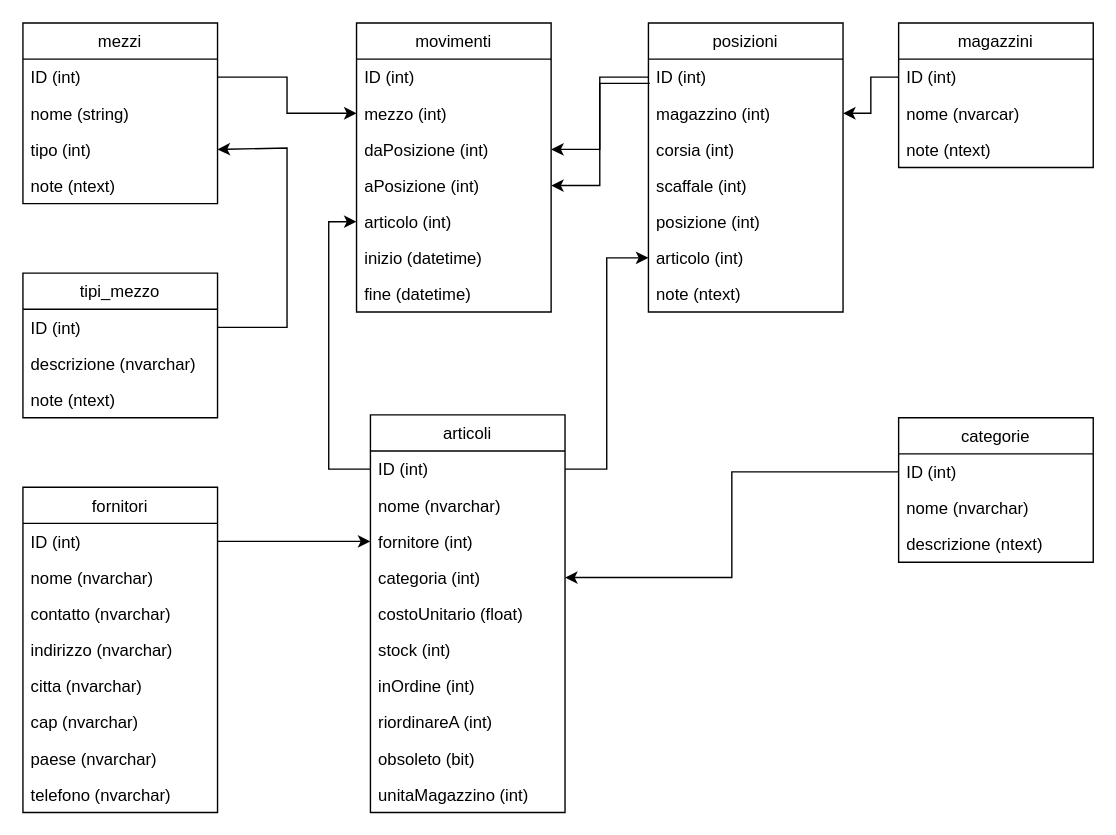
Earlier version of the draw.io diagram er diagrams/magazzini.drawio (crossi72/database-corsi). Source tidied: cells renumbered, new cells numbered last; positions are measured from the earlier drawing's top-left corner, leaving out a move shared by most shapes. Both pictures are drawn from the tidied source at 139%, with x=0, y=0 at pixel (22, 22).
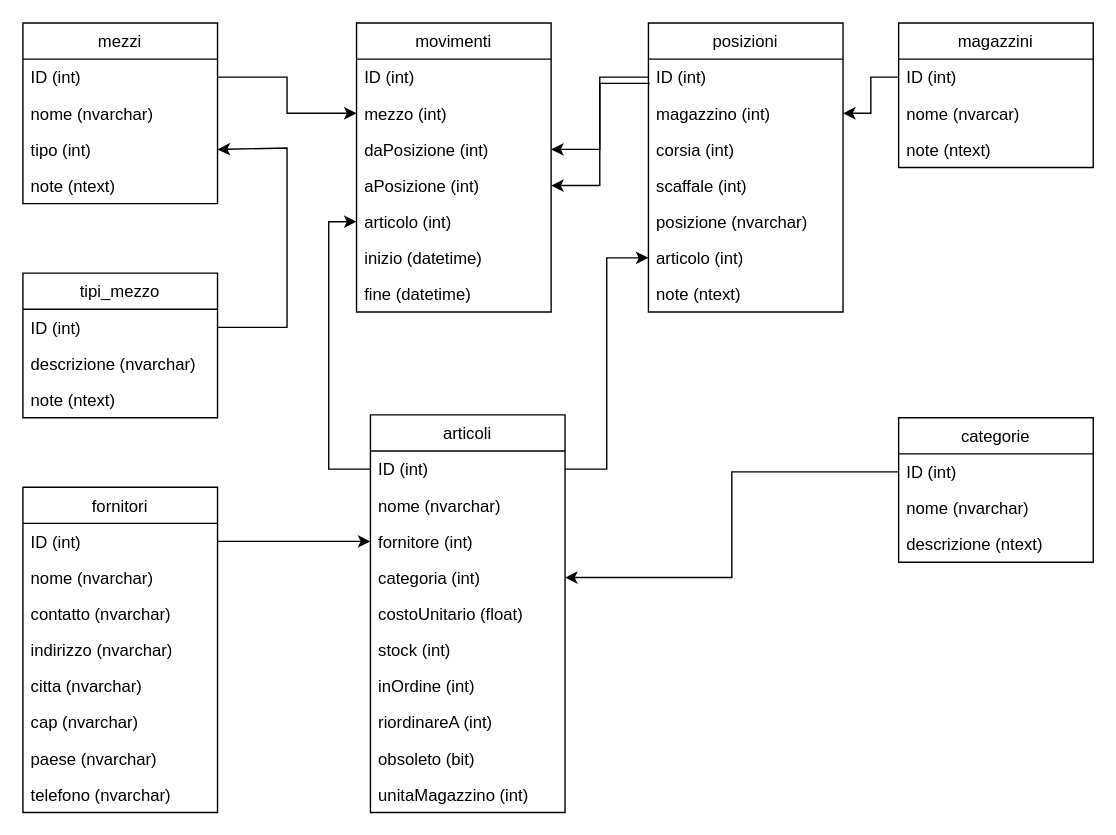
Above is the later version.

The change refers to these unchanged cells:
```xml
<mxCell id="26" value="mezzi" style="swimlane;fontStyle=0;horizontal=1;startSize=26;fillColor=none;" parent="1" vertex="1">
  <mxGeometry width="140" height="130" as="geometry" />
</mxCell>
<mxCell id="45" value="posizioni" style="swimlane;fontStyle=0;horizontal=1;startSize=26;fillColor=none;" parent="1" vertex="1">
  <mxGeometry x="450" width="140" height="208" as="geometry" />
</mxCell>
```

The edit, as a diff of the source:
```diff
@@
-    <mxCell id="28" value="nome (string)" style="text;strokeColor=none;fillColor=none;align=left;verticalAlign=top;spacingLeft=4;spacingRight=4;overflow=hidden;" parent="26" vertex="1">
+    <mxCell id="28" value="nome (nvarchar)" style="text;strokeColor=none;fillColor=none;align=left;verticalAlign=top;spacingLeft=4;spacingRight=4;overflow=hidden;" parent="26" vertex="1">
       <mxGeometry y="52" width="140" height="26" as="geometry" />
     </mxCell>
@@
-    <mxCell id="50" value="posizione (int)" style="text;strokeColor=none;fillColor=none;align=left;verticalAlign=top;spacingLeft=4;spacingRight=4;overflow=hidden;" parent="45" vertex="1">
+    <mxCell id="50" value="posizione (nvarchar)" style="text;strokeColor=none;fillColor=none;align=left;verticalAlign=top;spacingLeft=4;spacingRight=4;overflow=hidden;" parent="45" vertex="1">
       <mxGeometry y="130" width="140" height="26" as="geometry" />
     </mxCell>
```
